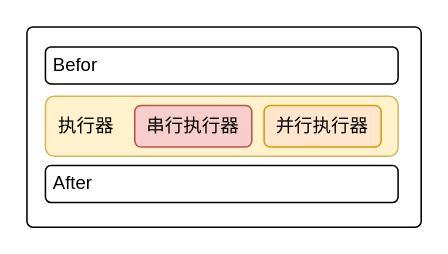
Earlier version of the draw.io diagram page "Task 架构设计图" (2 of 4) of data-hamal.drawio (wojiaojsjzs/data-hamal). Source tidied: cells renumbered, new cells numbered last; positions are measured from the earlier drawing's top-left corner, leaving out a move shared by most shapes. Both pictures are drawn from the tidied source at 154%, with x=0, y=0 at pixel (26, 26).
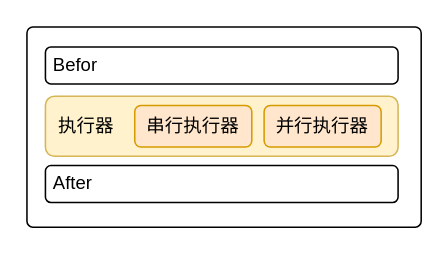
The same page after the edit.

Change to the diagram source:
```diff
@@
 <mxGraphModel>
   <root>
     <mxCell id="0" />
     <mxCell id="1" parent="0" />
     <mxCell id="2" style="group;" parent="1" vertex="1">
       <mxGeometry width="256" height="130" as="geometry" />
     </mxCell>
     <mxCell id="3" style="rounded=1;whiteSpace=wrap;html=1;arcSize=3;" parent="2" vertex="1">
       <mxGeometry width="256" height="130" as="geometry" />
     </mxCell>
     <mxCell id="4" value="&amp;nbsp; 执行器" style="rounded=1;whiteSpace=wrap;html=1;align=left;fillColor=#fff2cc;strokeColor=#d6b656;" parent="2" vertex="1">
       <mxGeometry x="12" y="45" width="229" height="39" as="geometry" />
     </mxCell>
-    <mxCell id="5" value="串行执行器" style="rounded=1;whiteSpace=wrap;html=1;fillColor=#f8cecc;strokeColor=#b85450;" parent="2" vertex="1">
+    <mxCell id="5" value="串行执行器" style="rounded=1;whiteSpace=wrap;html=1;fillColor=#ffe6cc;strokeColor=#d79b00;" parent="2" vertex="1">
       <mxGeometry x="70" y="51" width="76" height="27" as="geometry" />
     </mxCell>
     <mxCell id="6" value="并行执行器" style="rounded=1;whiteSpace=wrap;html=1;fillColor=#ffe6cc;strokeColor=#d79b00;" parent="2" vertex="1">
       <mxGeometry x="154" y="51" width="76" height="27" as="geometry" />
     </mxCell>
     <mxCell id="7" value="&amp;nbsp;Befor" style="rounded=1;whiteSpace=wrap;html=1;align=left;" parent="2" vertex="1">
       <mxGeometry x="12" y="13" width="229" height="24" as="geometry" />
     </mxCell>
     <mxCell id="8" value="&amp;nbsp;After" style="rounded=1;whiteSpace=wrap;html=1;align=left;" parent="2" vertex="1">
       <mxGeometry x="12" y="90" width="229" height="24" as="geometry" />
     </mxCell>
   </root>
 </mxGraphModel>
```
